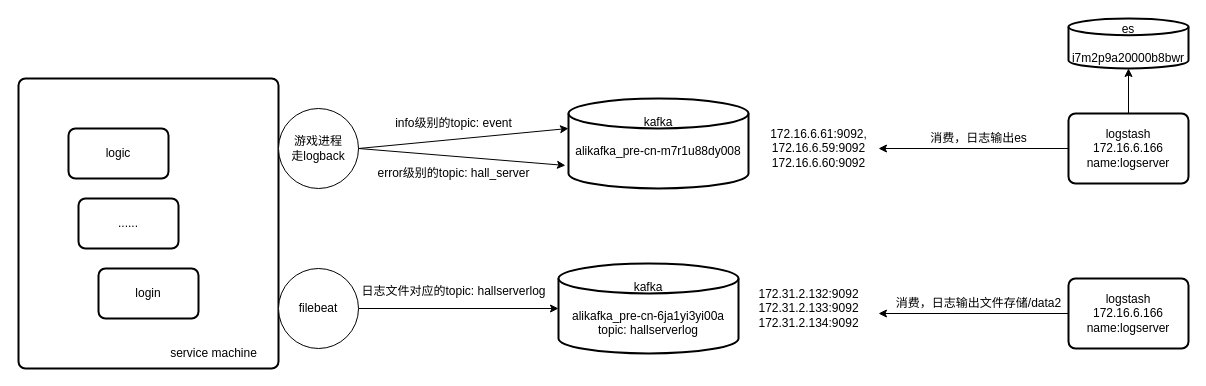
Earlier version of the draw.io diagram SSJJ2/SS2_ELK上报流程.drawio (Ordertiny/graph). Source tidied: cells renumbered, new cells numbered last; positions are measured from the earlier drawing's top-left corner, leaving out a move shared by most shapes. Both pictures are drawn from the tidied source at 100%, with x=0, y=0 at pixel (18, 18).
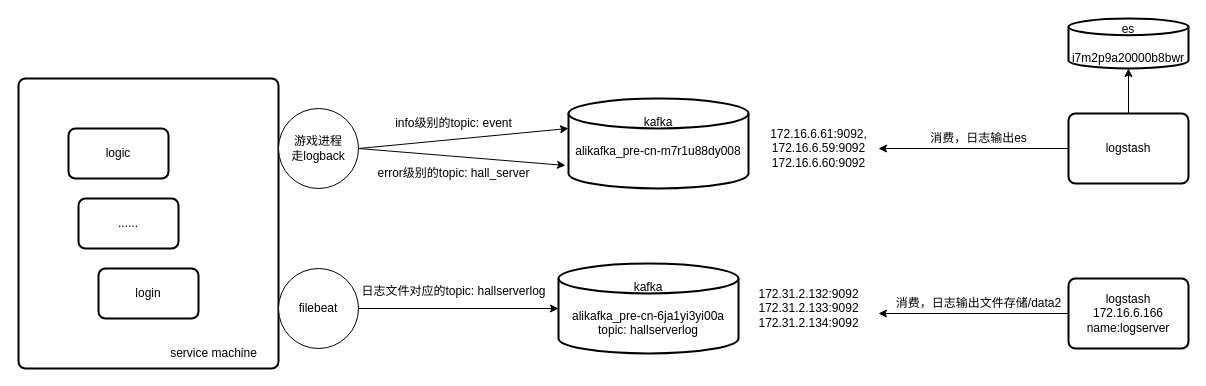
The same page after the edit.

Commit message (it also covers changes not shown here):
更新SS2_ELK上报流程.drawio

The edit, as a diff of the source:
```diff
@@
-    <mxCell id="27" value="logstash&lt;div&gt;172.16.6.166&lt;/div&gt;&lt;div&gt;name:logserver&lt;/div&gt;" style="rounded=1;whiteSpace=wrap;html=1;absoluteArcSize=1;arcSize=14;strokeWidth=2;" parent="1" vertex="1">
+    <mxCell id="27" value="logstash" style="rounded=1;whiteSpace=wrap;html=1;absoluteArcSize=1;arcSize=14;strokeWidth=2;" parent="1" vertex="1">
       <mxGeometry x="1050" y="95" width="120" height="70" as="geometry" />
     </mxCell>
```
